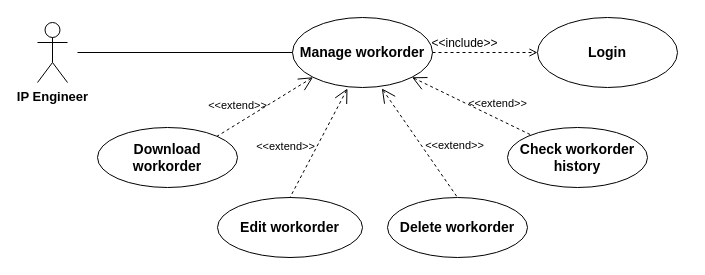
DrXneaky/Diagram keeps this draw.io diagram as use_case_i.drawio. Above is the earlier version. Source tidied: cells renumbered, new cells numbered last; positions are measured from the earlier drawing's top-left corner, leaving out a move shared by most shapes. Both pictures are drawn from the tidied source at 100%, with x=0, y=0 at pixel (37, 17).
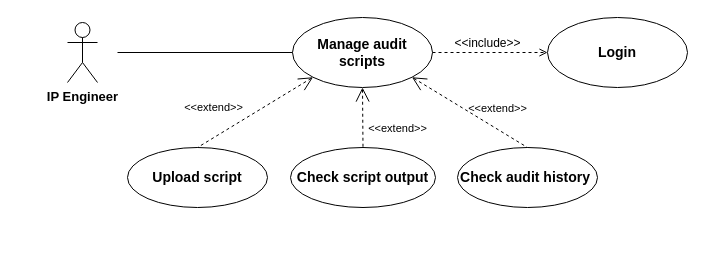
The same diagram, later.

Change to the diagram source:
```diff
@@
 <mxGraphModel>
   <root>
     <mxCell id="0" />
     <mxCell id="1" parent="0" />
     <mxCell id="2" value="&lt;font face=&quot;Old Standard TT&quot; size=&quot;1&quot;&gt;&lt;b style=&quot;font-size: 13px&quot;&gt;IP Engineer&lt;/b&gt;&lt;/font&gt;" style="shape=umlActor;html=1;verticalLabelPosition=bottom;verticalAlign=top;align=center;" parent="1" vertex="1">
-      <mxGeometry y="5" width="30" height="60" as="geometry" />
+      <mxGeometry x="30" y="5" width="30" height="60" as="geometry" />
     </mxCell>
     <mxCell id="3" value="&lt;font face=&quot;Old Standard TT&quot; size=&quot;1&quot;&gt;&lt;b style=&quot;font-size: 14px&quot;&gt;Login&lt;/b&gt;&lt;/font&gt;" style="ellipse;whiteSpace=wrap;html=1;fillColor=none;" parent="1" vertex="1">
-      <mxGeometry x="500" width="140" height="70" as="geometry" />
+      <mxGeometry x="510" width="140" height="70" as="geometry" />
     </mxCell>
-    <mxCell id="4" value="&lt;font face=&quot;Old Standard TT&quot; size=&quot;1&quot;&gt;&lt;b style=&quot;font-size: 14px&quot;&gt;Manage workorder&lt;/b&gt;&lt;/font&gt;" style="ellipse;whiteSpace=wrap;html=1;fillColor=none;" parent="1" vertex="1">
+    <mxCell id="4" value="&lt;font face=&quot;Old Standard TT&quot; size=&quot;1&quot;&gt;&lt;b style=&quot;font-size: 14px&quot;&gt;Manage audit scripts&lt;/b&gt;&lt;/font&gt;" style="ellipse;whiteSpace=wrap;html=1;fillColor=none;" parent="1" vertex="1">
       <mxGeometry x="255" width="140" height="70" as="geometry" />
     </mxCell>
     <mxCell id="5" value="&lt;font style=&quot;font-size: 12px&quot;&gt;&amp;lt;&amp;lt;&lt;font face=&quot;Old Standard TT&quot; style=&quot;font-size: 12px&quot;&gt;include&lt;/font&gt;&amp;gt;&amp;gt;&lt;/font&gt;" style="edgeStyle=none;html=1;endArrow=open;verticalAlign=bottom;dashed=1;labelBackgroundColor=none;exitX=1;exitY=0.5;exitDx=0;exitDy=0;entryX=0;entryY=0.5;entryDx=0;entryDy=0;" parent="1" edge="1" source="4" target="3">
-      <mxGeometry x="-0.4" relative="1" as="geometry" />
+      <mxGeometry x="-0.04" relative="1" as="geometry" />
     </mxCell>
     <mxCell id="6" style="edgeStyle=none;html=1;endArrow=none;verticalAlign=bottom;entryX=0;entryY=0.5;entryDx=0;entryDy=0;" parent="1" edge="1" target="4">
       <mxGeometry relative="1" as="geometry">
-        <mxPoint x="40" y="35" as="sourcePoint" />
+        <mxPoint x="80" y="35" as="sourcePoint" />
       </mxGeometry>
     </mxCell>
-    <mxCell id="7" value="&lt;font face=&quot;Old Standard TT&quot; size=&quot;1&quot;&gt;&lt;b style=&quot;font-size: 14px&quot;&gt;Check workorder history&lt;/b&gt;&lt;/font&gt;" style="ellipse;whiteSpace=wrap;html=1;fillColor=none;" parent="1" vertex="1">
-      <mxGeometry x="470" y="110" width="140" height="60" as="geometry" />
-    </mxCell>
-    <mxCell id="8" value="&lt;font face=&quot;Old Standard TT&quot; size=&quot;1&quot;&gt;&lt;b style=&quot;font-size: 14px&quot;&gt;Download workorder&lt;/b&gt;&lt;/font&gt;" style="ellipse;whiteSpace=wrap;html=1;fillColor=none;" parent="1" vertex="1">
-      <mxGeometry x="60" y="110" width="140" height="60" as="geometry" />
+    <mxCell id="8" value="&lt;font face=&quot;Old Standard TT&quot; size=&quot;1&quot;&gt;&lt;b style=&quot;font-size: 14px&quot;&gt;Upload script&lt;/b&gt;&lt;/font&gt;" style="ellipse;whiteSpace=wrap;html=1;fillColor=none;" parent="1" vertex="1">
+      <mxGeometry x="90" y="130" width="140" height="60" as="geometry" />
     </mxCell>
-    <mxCell id="9" value="&lt;font face=&quot;Old Standard TT&quot; size=&quot;1&quot;&gt;&lt;b style=&quot;font-size: 14px&quot;&gt;Delete workorder&lt;/b&gt;&lt;/font&gt;" style="ellipse;whiteSpace=wrap;html=1;fillColor=none;" parent="1" vertex="1">
-      <mxGeometry x="350" y="180" width="140" height="60" as="geometry" />
+    <mxCell id="9" value="&lt;font face=&quot;Old Standard TT&quot; size=&quot;1&quot;&gt;&lt;b style=&quot;font-size: 14px&quot;&gt;Check audit history&amp;nbsp;&lt;/b&gt;&lt;/font&gt;" style="ellipse;whiteSpace=wrap;html=1;fillColor=none;" parent="1" vertex="1">
+      <mxGeometry x="420" y="130" width="140" height="60" as="geometry" />
     </mxCell>
-    <mxCell id="10" value="&lt;font face=&quot;Old Standard TT&quot; size=&quot;1&quot;&gt;&lt;b style=&quot;font-size: 14px&quot;&gt;Edit workorder&lt;/b&gt;&lt;/font&gt;" style="ellipse;whiteSpace=wrap;html=1;fillColor=none;" parent="1" vertex="1">
-      <mxGeometry x="180" y="180" width="145" height="60" as="geometry" />
+    <mxCell id="10" value="&lt;font face=&quot;Old Standard TT&quot; size=&quot;1&quot;&gt;&lt;b style=&quot;font-size: 14px&quot;&gt;Check script output&lt;/b&gt;&lt;/font&gt;" style="ellipse;whiteSpace=wrap;html=1;fillColor=none;" parent="1" vertex="1">
+      <mxGeometry x="253" y="130" width="145" height="60" as="geometry" />
     </mxCell>
-    <mxCell id="11" value="&amp;lt;&amp;lt;extend&amp;gt;&amp;gt;" style="edgeStyle=none;html=1;startArrow=open;endArrow=none;startSize=12;verticalAlign=bottom;dashed=1;labelBackgroundColor=none;exitX=1;exitY=1;exitDx=0;exitDy=0;" parent="1" edge="1" source="4" target="7">
-      <mxGeometry x="0.39" y="6" relative="1" as="geometry">
-        <mxPoint y="1" as="offset" />
-      </mxGeometry>
-    </mxCell>
-    <mxCell id="12" value="&amp;lt;&amp;lt;extend&amp;gt;&amp;gt;" style="edgeStyle=none;html=1;startArrow=open;endArrow=none;startSize=12;verticalAlign=bottom;dashed=1;labelBackgroundColor=none;exitX=0.638;exitY=1.013;exitDx=0;exitDy=0;exitPerimeter=0;entryX=0.5;entryY=0;entryDx=0;entryDy=0;" parent="1" edge="1" source="4" target="9">
-      <mxGeometry x="0.44" y="22" relative="1" as="geometry" />
+    <mxCell id="12" value="&amp;lt;&amp;lt;extend&amp;gt;&amp;gt;" style="edgeStyle=none;html=1;startArrow=open;endArrow=none;startSize=12;verticalAlign=bottom;dashed=1;labelBackgroundColor=none;exitX=1;exitY=1;exitDx=0;exitDy=0;entryX=0.5;entryY=0;entryDx=0;entryDy=0;" parent="1" edge="1" source="4" target="9">
+      <mxGeometry x="0.39" y="10" relative="1" as="geometry" />
     </mxCell>
-    <mxCell id="13" value="&amp;lt;&amp;lt;extend&amp;gt;&amp;gt;" style="edgeStyle=none;html=1;startArrow=open;endArrow=none;startSize=12;verticalAlign=bottom;dashed=1;labelBackgroundColor=none;exitX=0;exitY=1;exitDx=0;exitDy=0;entryX=1;entryY=0;entryDx=0;entryDy=0;" parent="1" edge="1" source="4" target="8">
-      <mxGeometry x="0.49" y="-8" relative="1" as="geometry" />
+    <mxCell id="13" value="&amp;lt;&amp;lt;extend&amp;gt;&amp;gt;" style="edgeStyle=none;html=1;startArrow=open;endArrow=none;startSize=12;verticalAlign=bottom;dashed=1;labelBackgroundColor=none;entryX=0.5;entryY=0;entryDx=0;entryDy=0;exitX=0;exitY=1;exitDx=0;exitDy=0;" parent="1" edge="1" source="4" target="8">
+      <mxGeometry x="0.57" y="-18" relative="1" as="geometry" />
     </mxCell>
-    <mxCell id="14" value="&amp;lt;&amp;lt;extend&amp;gt;&amp;gt;" style="edgeStyle=none;html=1;startArrow=open;endArrow=none;startSize=12;verticalAlign=bottom;dashed=1;labelBackgroundColor=none;entryX=0.5;entryY=0;entryDx=0;entryDy=0;" parent="1" edge="1" target="10">
-      <mxGeometry x="0.43" y="-24" relative="1" as="geometry">
-        <mxPoint x="310" y="71" as="sourcePoint" />
-      </mxGeometry>
+    <mxCell id="14" value="&amp;lt;&amp;lt;extend&amp;gt;&amp;gt;" style="edgeStyle=none;html=1;startArrow=open;endArrow=none;startSize=12;verticalAlign=bottom;dashed=1;labelBackgroundColor=none;entryX=0.5;entryY=0;entryDx=0;entryDy=0;exitX=0.5;exitY=1;exitDx=0;exitDy=0;" parent="1" edge="1" source="4" target="10">
+      <mxGeometry x="0.68" y="35" relative="1" as="geometry" />
     </mxCell>
   </root>
 </mxGraphModel>
```
